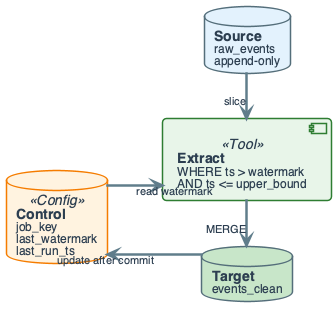
Above: diagrams/week04/week4_watermark_incremental.png in OrPerets/data-engineering-course (PlantUML), before the change.
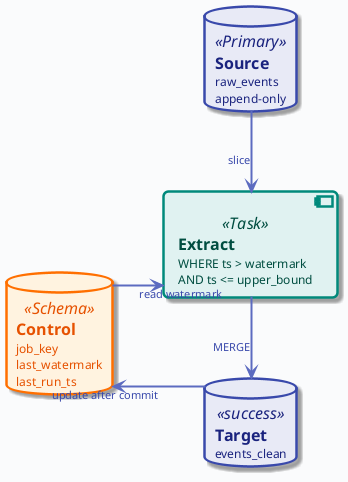
The same diagram one commit later.

The edit, as a diff of the source:
```diff
@@ -1,59 +1,16 @@
 @startuml
 
+!include ../_template_styles.puml
+
 left to right direction
-skinparam linetype ortho
-skinparam shadowing false
-skinparam roundcorner 8
-skinparam handwritten false
-skinparam nodesep 45
-skinparam ranksep 55
 
-skinparam defaultFontName "Segoe UI, Helvetica, sans-serif"
-skinparam defaultFontSize 16
-skinparam defaultFontColor #2C3E50
+database "**Source**\n<size:12>raw_events</size>\n<size:12>append-only</size>" as SRC <<Primary>>
 
-skinparam rectangle {
-    BackgroundColor #F8F9FA
-    BorderColor #90A4AE
-    BorderThickness 2
-    FontSize 14
-    Padding 16
-}
-skinparam component {
-    BackgroundColor #FFFFFF
-    BorderColor #78909C
-    BorderThickness 1.5
-    FontSize 14
-    Padding 12
-}
-skinparam database {
-    BackgroundColor #ECEFF1
-    BorderColor #546E7A
-    BorderThickness 1.5
-    FontSize 14
-}
-skinparam arrow {
-    Color #607D8B
-    Thickness 2.5
-    FontSize 12
-}
+database "**Control**\n<size:12>job_key</size>\n<size:12>last_watermark</size>\n<size:12>last_run_ts</size>" as CTRL <<Schema>>
 
-skinparam database<<Config>> {
-    BackgroundColor #FFF3E0
-    BorderColor #F57C00
-}
-skinparam component<<Tool>> {
-    BackgroundColor #E8F5E9
-    BorderColor #2E7D32
-}
+component "**Extract**\n<size:12>WHERE ts > watermark</size>\n<size:12>AND ts <= upper_bound</size>" as EXTRACT <<Task>>
 
-database "**Source**\n<size:12>raw_events</size>\n<size:12>append-only</size>" as SRC #E3F2FD
-
-database "**Control**\n<size:12>job_key</size>\n<size:12>last_watermark</size>\n<size:12>last_run_ts</size>" as CTRL <<Config>>
-
-component "**Extract**\n<size:12>WHERE ts > watermark</size>\n<size:12>AND ts <= upper_bound</size>" as EXTRACT <<Tool>>
-
-database "**Target**\n<size:12>events_clean</size>" as TGT #C8E6C9
+database "**Target**\n<size:12>events_clean</size>" as TGT <<success>>
 
 CTRL -down-> EXTRACT : <size:11>read watermark</size>
 SRC -right-> EXTRACT : <size:11>slice</size>
```
